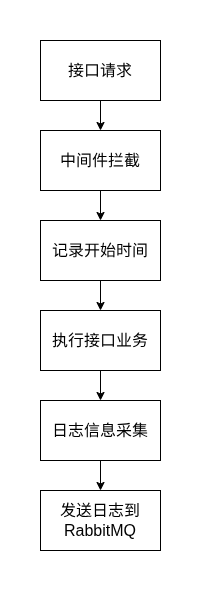
hongch666/mix-web-demo keeps this draw.io diagram as static/pic/flowchart/middleware.drawio.png. Above is the earlier version. Source tidied: cells renumbered, new cells last; positions are measured from the earlier drawing's top-left corner, leaving out a move shared by most shapes.
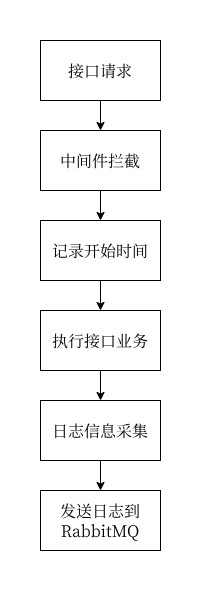
Later version of the same file.

Change to the diagram source:
```diff
@@ -2,49 +2,49 @@
   <root>
     <mxCell id="0" />
     <mxCell id="1" parent="0" />
-    <mxCell id="2" style="edgeStyle=none;html=1;exitX=0.5;exitY=1;exitDx=0;exitDy=0;entryX=0.5;entryY=0;entryDx=0;entryDy=0;" parent="1" edge="1" source="3" target="5">
+    <mxCell id="2" style="edgeStyle=none;html=1;exitX=0.5;exitY=1;exitDx=0;exitDy=0;entryX=0.5;entryY=0;entryDx=0;entryDy=0;fontFamily=宋体;" parent="1" edge="1" source="3" target="5">
       <mxGeometry relative="1" as="geometry" />
     </mxCell>
-    <mxCell id="3" value="接口请求" style="rounded=0;whiteSpace=wrap;html=1;fontSize=16;" parent="1" vertex="1">
+    <mxCell id="3" value="接口请求" style="rounded=0;whiteSpace=wrap;html=1;fontSize=16;fontFamily=宋体;" parent="1" vertex="1">
       <mxGeometry x="40" y="40" width="120" height="60" as="geometry" />
     </mxCell>
-    <mxCell id="4" style="edgeStyle=none;html=1;exitX=0.5;exitY=1;exitDx=0;exitDy=0;entryX=0.5;entryY=0;entryDx=0;entryDy=0;" parent="1" edge="1" source="5" target="7">
+    <mxCell id="4" style="edgeStyle=none;html=1;exitX=0.5;exitY=1;exitDx=0;exitDy=0;entryX=0.5;entryY=0;entryDx=0;entryDy=0;fontFamily=宋体;" parent="1" edge="1" source="5" target="7">
       <mxGeometry relative="1" as="geometry" />
     </mxCell>
-    <mxCell id="5" value="中间件拦截" style="rounded=0;whiteSpace=wrap;html=1;fontSize=16;" parent="1" vertex="1">
+    <mxCell id="5" value="中间件拦截" style="rounded=0;whiteSpace=wrap;html=1;fontSize=16;fontFamily=宋体;" parent="1" vertex="1">
       <mxGeometry x="40" y="130" width="120" height="60" as="geometry" />
     </mxCell>
-    <mxCell id="6" style="edgeStyle=none;html=1;exitX=0.5;exitY=1;exitDx=0;exitDy=0;entryX=0.5;entryY=0;entryDx=0;entryDy=0;" parent="1" edge="1" source="7" target="9">
+    <mxCell id="6" style="edgeStyle=none;html=1;exitX=0.5;exitY=1;exitDx=0;exitDy=0;entryX=0.5;entryY=0;entryDx=0;entryDy=0;fontFamily=宋体;" parent="1" edge="1" source="7" target="9">
       <mxGeometry relative="1" as="geometry" />
     </mxCell>
-    <mxCell id="7" value="记录开始时间" style="rounded=0;whiteSpace=wrap;html=1;fontSize=16;" parent="1" vertex="1">
+    <mxCell id="7" value="记录开始时间" style="rounded=0;whiteSpace=wrap;html=1;fontSize=16;fontFamily=宋体;" parent="1" vertex="1">
       <mxGeometry x="40" y="220" width="120" height="60" as="geometry" />
     </mxCell>
-    <mxCell id="8" style="edgeStyle=none;html=1;exitX=0.5;exitY=1;exitDx=0;exitDy=0;entryX=0.5;entryY=0;entryDx=0;entryDy=0;" parent="1" edge="1" source="9" target="11">
+    <mxCell id="8" style="edgeStyle=none;html=1;exitX=0.5;exitY=1;exitDx=0;exitDy=0;entryX=0.5;entryY=0;entryDx=0;entryDy=0;fontFamily=宋体;" parent="1" edge="1" source="9" target="11">
       <mxGeometry relative="1" as="geometry" />
     </mxCell>
-    <mxCell id="9" value="执行接口业务" style="rounded=0;whiteSpace=wrap;html=1;fontSize=16;" parent="1" vertex="1">
+    <mxCell id="9" value="执行接口业务" style="rounded=0;whiteSpace=wrap;html=1;fontSize=16;fontFamily=宋体;" parent="1" vertex="1">
       <mxGeometry x="40" y="310" width="120" height="60" as="geometry" />
     </mxCell>
-    <mxCell id="10" style="edgeStyle=none;html=1;exitX=0.5;exitY=1;exitDx=0;exitDy=0;entryX=0.5;entryY=0;entryDx=0;entryDy=0;" parent="1" edge="1" source="11" target="12">
+    <mxCell id="10" style="edgeStyle=none;html=1;exitX=0.5;exitY=1;exitDx=0;exitDy=0;entryX=0.5;entryY=0;entryDx=0;entryDy=0;fontFamily=宋体;" parent="1" edge="1" source="11" target="12">
       <mxGeometry relative="1" as="geometry" />
     </mxCell>
-    <mxCell id="11" value="日志信息采集" style="rounded=0;whiteSpace=wrap;html=1;fontSize=16;" parent="1" vertex="1">
+    <mxCell id="11" value="日志信息采集" style="rounded=0;whiteSpace=wrap;html=1;fontSize=16;fontFamily=宋体;" parent="1" vertex="1">
       <mxGeometry x="40" y="400" width="120" height="60" as="geometry" />
     </mxCell>
-    <mxCell id="12" value="发送日志到RabbitMQ" style="rounded=0;whiteSpace=wrap;html=1;fontSize=16;" parent="1" vertex="1">
+    <mxCell id="12" value="发送日志到RabbitMQ" style="rounded=0;whiteSpace=wrap;html=1;fontSize=16;fontFamily=宋体;" parent="1" vertex="1">
       <mxGeometry x="40" y="490" width="120" height="60" as="geometry" />
     </mxCell>
-    <mxCell id="13" style="rounded=0;whiteSpace=wrap;html=1;textOpacity=0;labelBorderColor=light-dark(#000000,#FFFFFF);fontColor=none;noLabel=1;strokeColor=none;" parent="1" vertex="1">
+    <mxCell id="13" style="rounded=0;whiteSpace=wrap;html=1;textOpacity=0;labelBorderColor=light-dark(#000000,#FFFFFF);fontColor=none;noLabel=1;strokeColor=none;fontFamily=宋体;" parent="1" vertex="1">
       <mxGeometry x="95" width="10" height="30" as="geometry" />
     </mxCell>
-    <mxCell id="14" style="rounded=0;whiteSpace=wrap;html=1;textOpacity=0;labelBorderColor=light-dark(#000000,#FFFFFF);fontColor=none;noLabel=1;strokeColor=none;" parent="1" vertex="1">
+    <mxCell id="14" style="rounded=0;whiteSpace=wrap;html=1;textOpacity=0;labelBorderColor=light-dark(#000000,#FFFFFF);fontColor=none;noLabel=1;strokeColor=none;fontFamily=宋体;" parent="1" vertex="1">
       <mxGeometry x="190" y="210" width="10" height="30" as="geometry" />
     </mxCell>
-    <mxCell id="15" style="rounded=0;whiteSpace=wrap;html=1;textOpacity=0;labelBorderColor=light-dark(#000000,#FFFFFF);fontColor=none;noLabel=1;strokeColor=none;" parent="1" vertex="1">
+    <mxCell id="15" style="rounded=0;whiteSpace=wrap;html=1;textOpacity=0;labelBorderColor=light-dark(#000000,#FFFFFF);fontColor=none;noLabel=1;strokeColor=none;fontFamily=宋体;" parent="1" vertex="1">
       <mxGeometry y="220" width="10" height="30" as="geometry" />
     </mxCell>
-    <mxCell id="16" style="rounded=0;whiteSpace=wrap;html=1;textOpacity=0;labelBorderColor=light-dark(#000000,#FFFFFF);fontColor=none;noLabel=1;strokeColor=none;" parent="1" vertex="1">
+    <mxCell id="16" style="rounded=0;whiteSpace=wrap;html=1;textOpacity=0;labelBorderColor=light-dark(#000000,#FFFFFF);fontColor=none;noLabel=1;strokeColor=none;fontFamily=宋体;" parent="1" vertex="1">
       <mxGeometry x="95" y="560" width="10" height="30" as="geometry" />
     </mxCell>
   </root>
```
